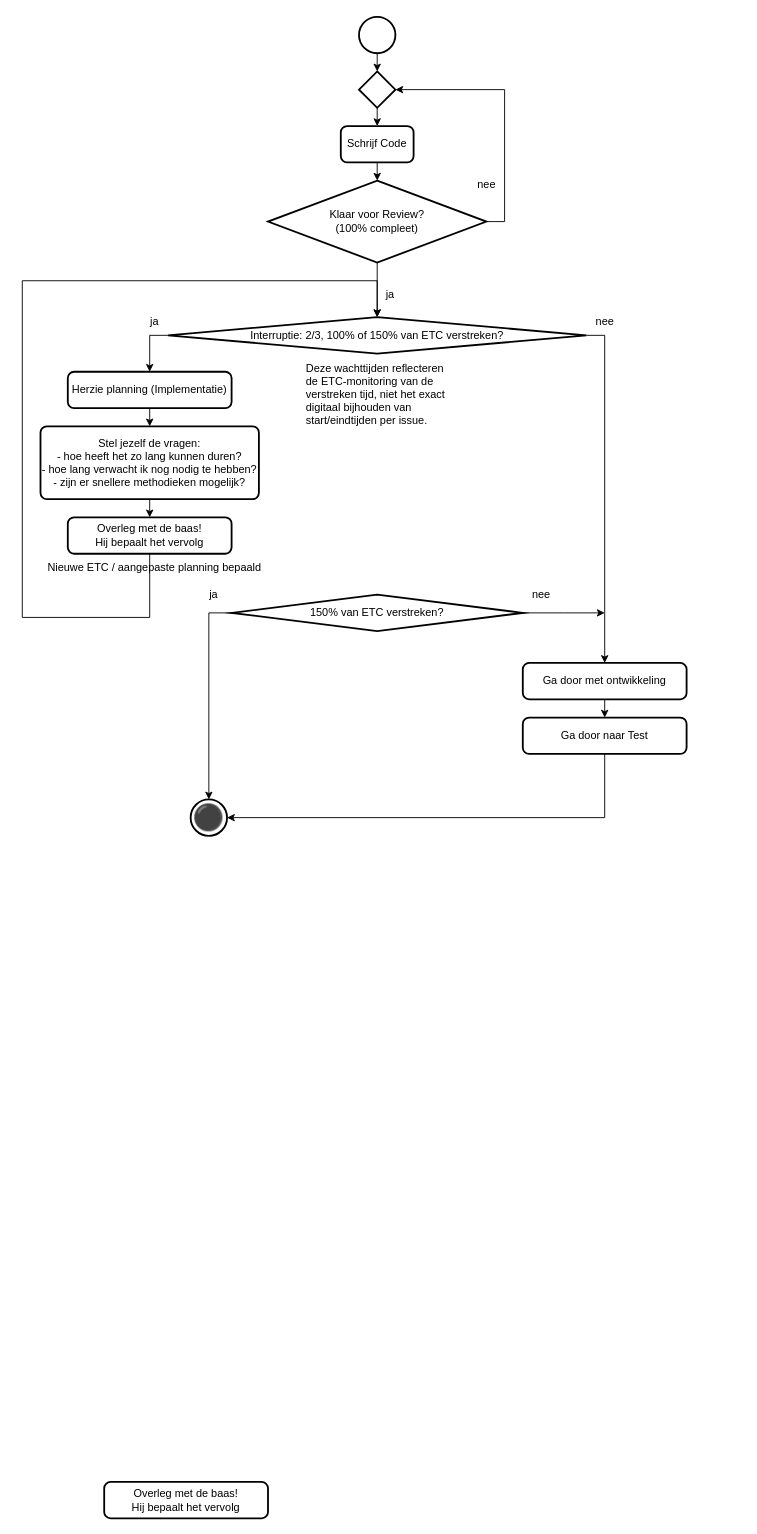
Above: 4 Issue Tracker implementatie.drawio in Zaibatsu89/IssueTracker (draw.io), before the change. Source tidied: cells renumbered, new cells numbered last; positions are measured from the earlier drawing's top-left corner, leaving out a move shared by most shapes. Both pictures are drawn from the tidied source at 91%, with x=0, y=0 at pixel (22, 16).
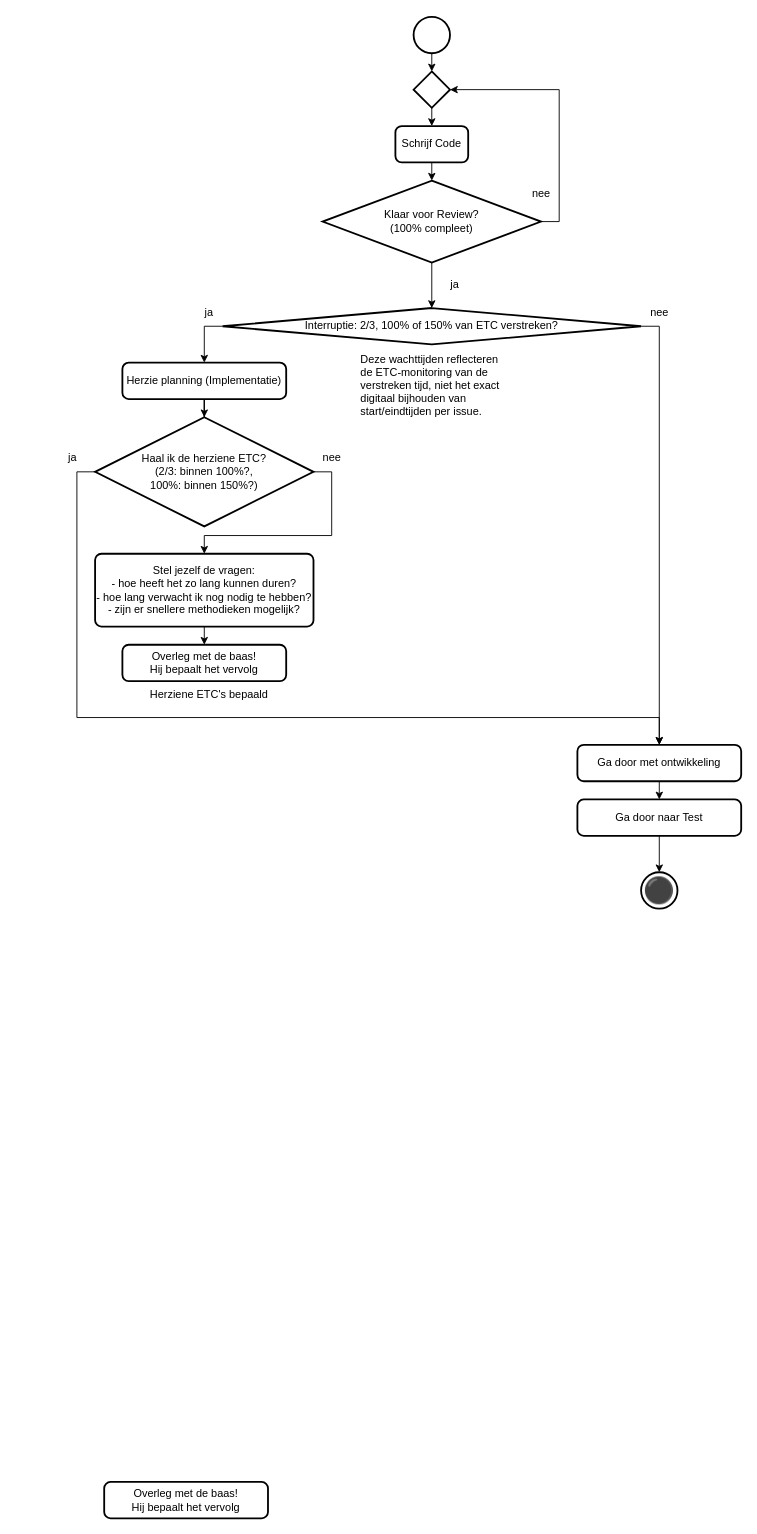
The same diagram, later.

Change to the diagram source:
```diff
@@
     <mxCell id="2" style="strokeWidth=2;html=1;shape=mxgraph.flowchart.start_2;whiteSpace=wrap;" parent="1" vertex="1">
-      <mxGeometry x="370" width="40" height="40" as="geometry" />
+      <mxGeometry x="430" width="40" height="40" as="geometry" />
     </mxCell>
@@
     <mxCell id="4" style="strokeWidth=2;html=1;shape=mxgraph.flowchart.decision;whiteSpace=wrap;" parent="1" vertex="1">
-      <mxGeometry x="370" y="60" width="40" height="40" as="geometry" />
+      <mxGeometry x="430" y="60" width="40" height="40" as="geometry" />
     </mxCell>
     <mxCell id="5" value="Schrijf Code" style="rounded=1;whiteSpace=wrap;html=1;absoluteArcSize=1;arcSize=14;strokeWidth=2;" parent="1" vertex="1">
-      <mxGeometry x="350" y="120" width="80" height="40" as="geometry" />
+      <mxGeometry x="410" y="120" width="80" height="40" as="geometry" />
     </mxCell>
@@
-    <mxCell id="7" style="edgeStyle=orthogonalEdgeStyle;rounded=0;jettySize=auto;html=1;exitX=0.5;exitY=1;exitDx=0;exitDy=0;exitPerimeter=0;" parent="1" edge="1" source="8">
+    <mxCell id="7" style="edgeStyle=orthogonalEdgeStyle;rounded=0;orthogonalLoop=1;jettySize=auto;html=1;exitX=0.5;exitY=1;exitDx=0;exitDy=0;exitPerimeter=0;" parent="1" edge="1">
       <mxGeometry relative="1" as="geometry">
-        <mxPoint x="390" y="330" as="targetPoint" />
+        <mxPoint x="450" y="260" as="sourcePoint" />
+        <mxPoint x="450" y="320" as="targetPoint" />
       </mxGeometry>
     </mxCell>
     <mxCell id="8" value="Klaar voor Review?&lt;br&gt;(100% compleet)" style="strokeWidth=2;html=1;shape=mxgraph.flowchart.decision;whiteSpace=wrap;" parent="1" vertex="1">
-      <mxGeometry x="270" y="180" width="240" height="90" as="geometry" />
+      <mxGeometry x="330" y="180" width="240" height="90" as="geometry" />
     </mxCell>
@@
     <mxCell id="10" value="nee" style="text;html=1;align=center;verticalAlign=middle;strokeColor=none;fillColor=none;" parent="1" vertex="1">
-      <mxGeometry x="490" y="170" width="40" height="30" as="geometry" />
+      <mxGeometry x="550" y="180" width="40" height="30" as="geometry" />
     </mxCell>
@@
     <mxCell id="13" value="Interruptie: 2/3, 100% of 150% van ETC verstreken?" style="strokeWidth=2;html=1;shape=mxgraph.flowchart.decision;whiteSpace=wrap;" parent="1" vertex="1">
-      <mxGeometry x="160" y="330" width="460" height="40" as="geometry" />
+      <mxGeometry x="220" y="320" width="460" height="40" as="geometry" />
     </mxCell>
     <mxCell id="14" value="ja" style="text;html=1;align=center;verticalAlign=middle;strokeColor=none;fillColor=none;" parent="1" vertex="1">
-      <mxGeometry x="389" y="290" width="30" height="30" as="geometry" />
+      <mxGeometry x="460" y="280" width="30" height="30" as="geometry" />
     </mxCell>
-    <mxCell id="15" style="edgeStyle=orthogonalEdgeStyle;rounded=0;jettySize=auto;html=1;exitX=0.5;exitY=1;exitDx=0;exitDy=0;entryX=0.5;entryY=0;entryDx=0;entryDy=0;" parent="1" edge="1" source="16" target="24">
-      <mxGeometry relative="1" as="geometry" />
-    </mxCell>
+    <mxCell id="37" style="edgeStyle=orthogonalEdgeStyle;rounded=0;jettySize=auto;html=1;" parent="1" edge="1" source="16" target="40">
+      <mxGeometry relative="1" as="geometry" />
+    </mxCell>
     <mxCell id="16" value="Herzie planning (Implementatie)" style="rounded=1;whiteSpace=wrap;html=1;absoluteArcSize=1;arcSize=14;strokeWidth=2;" parent="1" vertex="1">
-      <mxGeometry x="50" y="390" width="180" height="40" as="geometry" />
+      <mxGeometry x="110" y="380" width="180" height="40" as="geometry" />
     </mxCell>
     <mxCell id="17" value="ja" style="text;html=1;align=center;verticalAlign=middle;strokeColor=none;fillColor=none;" parent="1" vertex="1">
-      <mxGeometry x="130" y="320" width="30" height="30" as="geometry" />
+      <mxGeometry x="190" y="310" width="30" height="30" as="geometry" />
     </mxCell>
@@
     <mxCell id="19" value="Ga door met ontwikkeling" style="rounded=1;whiteSpace=wrap;html=1;absoluteArcSize=1;arcSize=14;strokeWidth=2;" parent="1" vertex="1">
-      <mxGeometry x="550" y="710" width="180" height="40" as="geometry" />
+      <mxGeometry x="610" y="800" width="180" height="40" as="geometry" />
     </mxCell>
     <mxCell id="20" value="nee" style="text;html=1;align=center;verticalAlign=middle;strokeColor=none;fillColor=none;" parent="1" vertex="1">
-      <mxGeometry x="620" y="320" width="40" height="30" as="geometry" />
+      <mxGeometry x="680" y="310" width="40" height="30" as="geometry" />
     </mxCell>
+    <mxCell id="32" style="edgeStyle=orthogonalEdgeStyle;rounded=0;jettySize=auto;html=1;" parent="1" edge="1" source="21" target="22">
+      <mxGeometry relative="1" as="geometry" />
+    </mxCell>
     <mxCell id="21" value="Ga door naar Test" style="rounded=1;whiteSpace=wrap;html=1;absoluteArcSize=1;arcSize=14;strokeWidth=2;" parent="1" vertex="1">
-      <mxGeometry x="550" y="770" width="180" height="40" as="geometry" />
+      <mxGeometry x="610" y="860" width="180" height="40" as="geometry" />
     </mxCell>
     <mxCell id="22" value="⚫" style="strokeWidth=2;html=1;shape=mxgraph.flowchart.start_2;whiteSpace=wrap;fontSize=28;" parent="1" vertex="1">
-      <mxGeometry x="185" y="860" width="40" height="40" as="geometry" />
+      <mxGeometry x="680" y="940" width="40" height="40" as="geometry" />
     </mxCell>
@@
     <mxCell id="24" value="Stel jezelf de vragen:&lt;br&gt;- hoe heeft het zo lang kunnen duren?&lt;br&gt;- hoe lang verwacht ik nog nodig te hebben?&lt;br&gt;- zijn er snellere methodieken mogelijk?" style="rounded=1;whiteSpace=wrap;html=1;absoluteArcSize=1;arcSize=14;strokeWidth=2;" parent="1" vertex="1">
-      <mxGeometry x="20" y="450" width="240" height="80" as="geometry" />
+      <mxGeometry x="80" y="590" width="240" height="80" as="geometry" />
     </mxCell>
     <mxCell id="25" value="Overleg met de baas!&lt;br&gt;Hij bepaalt het vervolg" style="rounded=1;whiteSpace=wrap;html=1;absoluteArcSize=1;arcSize=14;strokeWidth=2;" parent="1" vertex="1">
-      <mxGeometry x="50" y="550" width="180" height="40" as="geometry" />
+      <mxGeometry x="110" y="690" width="180" height="40" as="geometry" />
     </mxCell>
-    <mxCell id="26" value="nee" style="text;html=1;align=center;verticalAlign=middle;strokeColor=none;fillColor=none;" parent="1" vertex="1">
-      <mxGeometry x="550" y="620" width="40" height="30" as="geometry" />
-    </mxCell>
-    <mxCell id="27" style="edgeStyle=orthogonalEdgeStyle;rounded=0;jettySize=auto;html=1;exitX=1;exitY=0.5;exitDx=0;exitDy=0;exitPerimeter=0;" parent="1" edge="1" source="28">
-      <mxGeometry relative="1" as="geometry">
-        <mxPoint x="640" y="655" as="targetPoint" />
-      </mxGeometry>
-    </mxCell>
-    <mxCell id="28" value="150% van ETC verstreken?" style="strokeWidth=2;html=1;shape=mxgraph.flowchart.decision;whiteSpace=wrap;" parent="1" vertex="1">
-      <mxGeometry x="230" y="635" width="320" height="40" as="geometry" />
-    </mxCell>
@@
-    <mxCell id="30" value="ja" style="text;html=1;align=center;verticalAlign=middle;strokeColor=none;fillColor=none;" parent="1" vertex="1">
-      <mxGeometry x="195" y="620" width="30" height="30" as="geometry" />
-    </mxCell>
-    <mxCell id="31" style="edgeStyle=orthogonalEdgeStyle;rounded=0;jettySize=auto;html=1;exitX=0;exitY=0.5;exitDx=0;exitDy=0;exitPerimeter=0;entryX=0.5;entryY=0;entryDx=0;entryDy=0;entryPerimeter=0;" parent="1" edge="1" source="28" target="22">
-      <mxGeometry relative="1" as="geometry" />
-    </mxCell>
-    <mxCell id="32" style="edgeStyle=orthogonalEdgeStyle;rounded=0;jettySize=auto;html=1;exitX=0.5;exitY=1;exitDx=0;exitDy=0;entryX=1;entryY=0.5;entryDx=0;entryDy=0;entryPerimeter=0;" parent="1" edge="1" source="21" target="22">
-      <mxGeometry relative="1" as="geometry" />
-    </mxCell>
@@
     <mxCell id="34" value="Deze wachttijden reflecteren&lt;br&gt;de ETC-monitoring van de&lt;br&gt;verstreken tijd, niet het exact&lt;br&gt;digitaal bijhouden van&lt;br&gt;start/eindtijden per issue." style="text;html=1;align=left;verticalAlign=middle;strokeColor=none;fillColor=none;" parent="1" vertex="1">
-      <mxGeometry x="310" y="390" width="300" height="50" as="geometry" />
+      <mxGeometry x="370" y="380" width="300" height="50" as="geometry" />
     </mxCell>
-    <mxCell id="35" value="Nieuwe ETC / aangepaste planning bepaald" style="text;html=1;align=center;verticalAlign=middle;strokeColor=none;fillColor=none;" parent="1" vertex="1">
-      <mxGeometry x="10" y="590" width="270" height="30" as="geometry" />
+    <mxCell id="35" value="Herziene ETC's bepaald" style="text;html=1;align=center;verticalAlign=middle;strokeColor=none;fillColor=none;" parent="1" vertex="1">
+      <mxGeometry x="130" y="730" width="150" height="30" as="geometry" />
     </mxCell>
-    <mxCell id="36" style="edgeStyle=orthogonalEdgeStyle;rounded=0;jettySize=auto;html=1;exitX=0.5;exitY=1;exitDx=0;exitDy=0;entryX=0.5;entryY=0;entryDx=0;entryDy=0;entryPerimeter=0;" parent="1" edge="1" source="25" target="13">
-      <mxGeometry relative="1" as="geometry">
-        <Array as="points">
-          <mxPoint x="140" y="660" />
-          <mxPoint y="660" />
-          <mxPoint y="290" />
-        </Array>
-      </mxGeometry>
-    </mxCell>
+    <mxCell id="38" style="edgeStyle=orthogonalEdgeStyle;rounded=0;jettySize=auto;html=1;exitX=1;exitY=0.5;exitDx=0;exitDy=0;exitPerimeter=0;entryX=0.5;entryY=0;entryDx=0;entryDy=0;" parent="1" edge="1" source="40" target="24">
+      <mxGeometry relative="1" as="geometry">
+        <Array as="points">
+          <mxPoint x="340" y="500" />
+          <mxPoint x="340" y="570" />
+          <mxPoint x="200" y="570" />
+        </Array>
+      </mxGeometry>
+    </mxCell>
+    <mxCell id="39" style="edgeStyle=orthogonalEdgeStyle;rounded=0;jettySize=auto;html=1;exitX=0;exitY=0.5;exitDx=0;exitDy=0;exitPerimeter=0;entryX=0.5;entryY=0;entryDx=0;entryDy=0;" parent="1" edge="1" source="40" target="19">
+      <mxGeometry relative="1" as="geometry">
+        <Array as="points">
+          <mxPoint x="60" y="500" />
+          <mxPoint x="60" y="770" />
+          <mxPoint x="700" y="770" />
+        </Array>
+      </mxGeometry>
+    </mxCell>
+    <mxCell id="40" value="Haal ik de herziene ETC?&lt;br&gt;(2/3: binnen 100%?,&lt;br&gt;100%: binnen 150%?)" style="strokeWidth=2;html=1;shape=mxgraph.flowchart.decision;whiteSpace=wrap;" parent="1" vertex="1">
+      <mxGeometry x="80" y="440" width="240" height="120" as="geometry" />
+    </mxCell>
+    <mxCell id="26" value="nee" style="text;html=1;align=center;verticalAlign=middle;strokeColor=none;fillColor=none;" parent="1" vertex="1">
+      <mxGeometry x="320" y="470" width="40" height="30" as="geometry" />
+    </mxCell>
+    <mxCell id="30" value="ja" style="text;html=1;align=center;verticalAlign=middle;strokeColor=none;fillColor=none;" parent="1" vertex="1">
+      <mxGeometry x="40" y="470" width="30" height="30" as="geometry" />
+    </mxCell>
```
